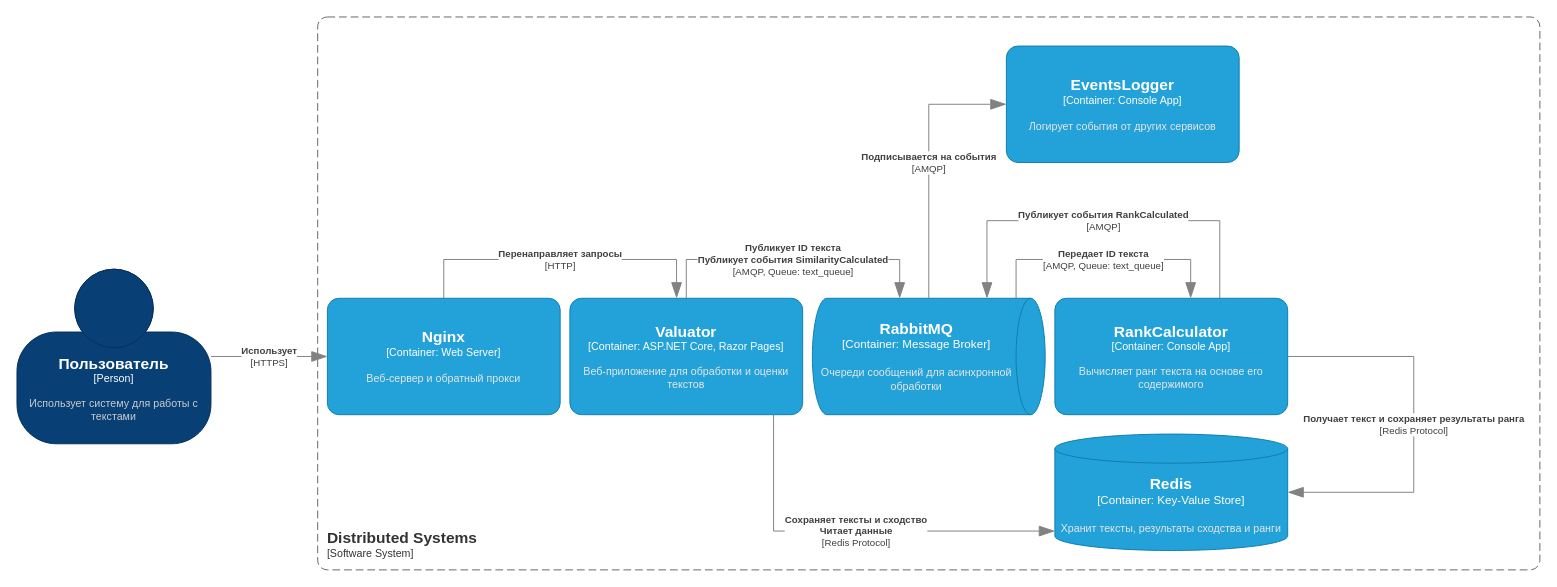
Earlier version of the draw.io diagram lab-4/C4.drawio (roman-kutimskii/distributed-systems). Source tidied: cells renumbered, new cells numbered last; positions are measured from the earlier drawing's top-left corner, leaving out a move shared by most shapes. Both pictures are drawn from the tidied source at 97%, with x=0, y=0 at pixel (16, 16).
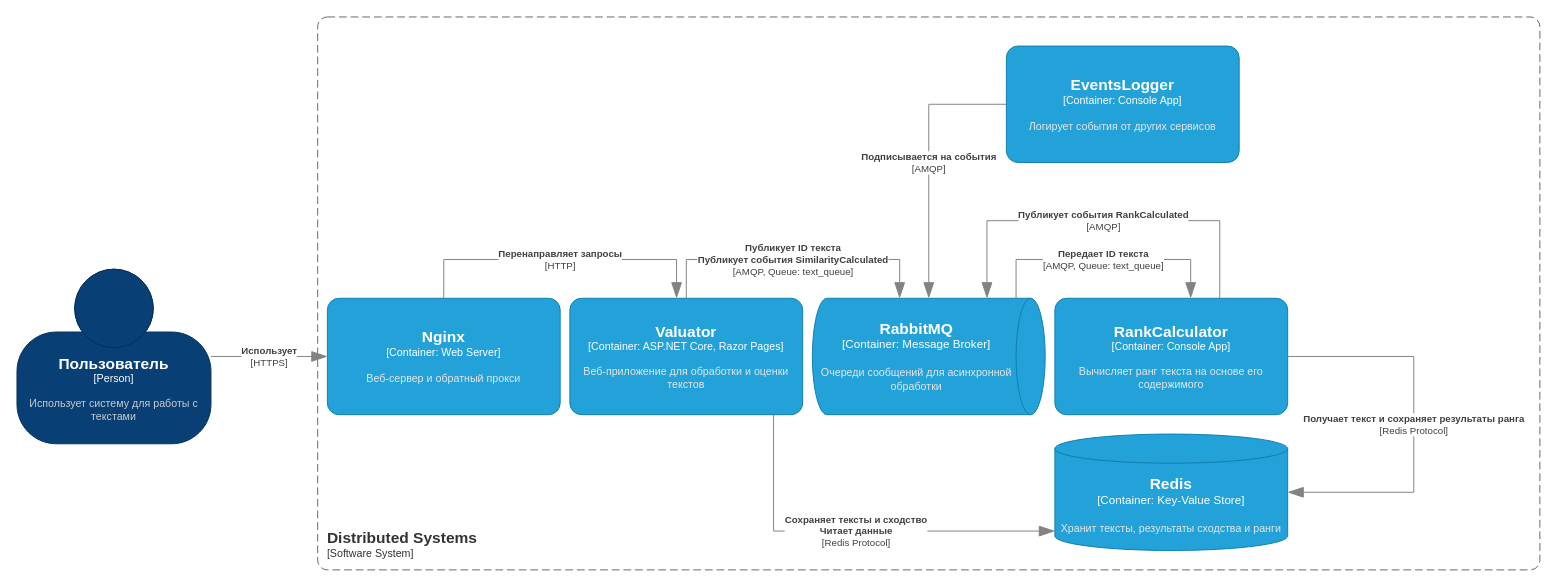
The same page after the edit.

Commit message:
Обновить диаграмму

Unchanged cells that the change refers to:
```xml
<object id="8" label="&lt;font style=&quot;font-size: 16px&quot;&gt;&lt;b&gt;%c4Name%&lt;/b&gt;&lt;/font&gt;&lt;div&gt;[%c4Type%:&amp;nbsp;%c4Technology%]&lt;/div&gt;&lt;br&gt;&lt;div&gt;&lt;font style=&quot;font-size: 11px&quot;&gt;&lt;font color=&quot;#E6E6E6&quot;&gt;%c4Description%&lt;/font&gt;&lt;/div&gt;" c4Description="Очереди сообщений для асинхронной обработки" c4Name="RabbitMQ" c4Technology="Message Broker" c4Type="Container" placeholders="1">
  <mxCell style="shape=cylinder3;size=15;direction=south;whiteSpace=wrap;html=1;boundedLbl=1;rounded=0;labelBackgroundColor=none;fillColor=#23A2D9;fontSize=12;fontColor=#ffffff;align=center;strokeColor=#0E7DAD;points=[[0.5,0,0],[1,0.25,0],[1,0.5,0],[1,0.75,0],[0.5,1,0],[0,0.75,0],[0,0.5,0],[0,0.25,0]];" parent="1" vertex="1">
    <mxGeometry x="820" y="290" width="240" height="120" as="geometry" />
  </mxCell>
</object>
<object id="15" label="&lt;font style=&quot;font-size: 16px&quot;&gt;&lt;b&gt;%c4Name%&lt;/b&gt;&lt;/font&gt;&lt;div&gt;[%c4Type%: %c4Technology%]&lt;/div&gt;&lt;br&gt;&lt;div&gt;&lt;font style=&quot;font-size: 11px&quot;&gt;&lt;font color=&quot;#E6E6E6&quot;&gt;%c4Description%&lt;/font&gt;&lt;/div&gt;" c4Description="Логирует события от других сервисов" c4Name="EventsLogger" c4Technology="Console App" c4Type="Container" placeholders="1">
  <mxCell style="rounded=1;whiteSpace=wrap;html=1;fontSize=11;labelBackgroundColor=none;fillColor=#23A2D9;fontColor=#ffffff;align=center;arcSize=10;strokeColor=#0E7DAD;points=[[0.25,0,0],[0.5,0,0],[0.75,0,0],[1,0.25,0],[1,0.5,0],[1,0.75,0],[0.75,1,0],[0.5,1,0],[0.25,1,0],[0,0.75,0],[0,0.5,0],[0,0.25,0]];" parent="1" vertex="1">
    <mxGeometry x="1020" y="30" width="240" height="120" as="geometry" />
  </mxCell>
</object>
```

The edit, as a diff of the source:
```diff
@@
     <object id="16" label="&lt;div style=&quot;text-align: left&quot;&gt;&lt;div style=&quot;text-align: center&quot;&gt;&lt;b&gt;%c4Description%&lt;/b&gt;&lt;/div&gt;&lt;div style=&quot;text-align: center&quot;&gt;[%c4Technology%]&lt;/div&gt;&lt;/div&gt;" c4Description="Подписывается на события" c4Technology="AMQP" placeholders="1">
-      <mxCell style="endArrow=blockThin;html=1;fontSize=10;fontColor=#404040;strokeWidth=1;endFill=1;strokeColor=#828282;elbow=vertical;endSize=14;startSize=14;jumpStyle=arc;jumpSize=16;rounded=0;edgeStyle=orthogonalEdgeStyle;" parent="1" edge="1" source="8" target="15">
+      <mxCell style="endArrow=blockThin;html=1;fontSize=10;fontColor=#404040;strokeWidth=1;endFill=1;strokeColor=#828282;elbow=vertical;endSize=14;startSize=14;jumpStyle=arc;jumpSize=16;rounded=0;edgeStyle=orthogonalEdgeStyle;" parent="1" edge="1" source="15" target="8">
         <mxGeometry relative="1" as="geometry">
           <Array as="points">
             <mxPoint x="940" y="90" />
           </Array>
         </mxGeometry>
       </mxCell>
     </object>
```
